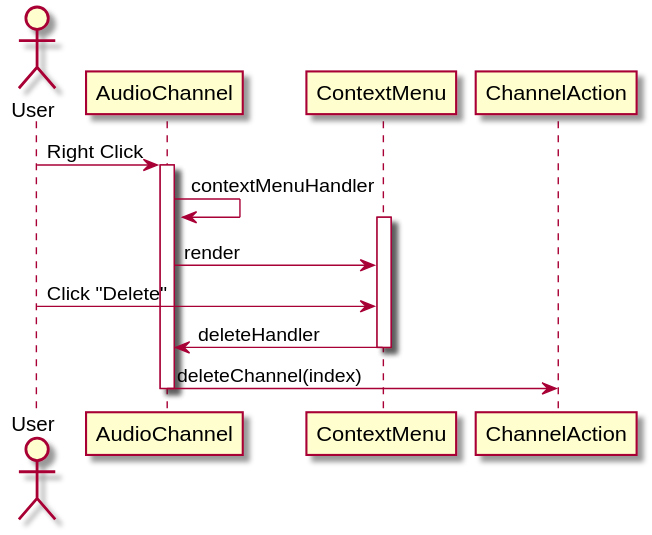
The PlantUML diagram out/sequence_diagram/delete_track/delete_track.svg in austudio-team/austudio-uml-graph, before a commit.
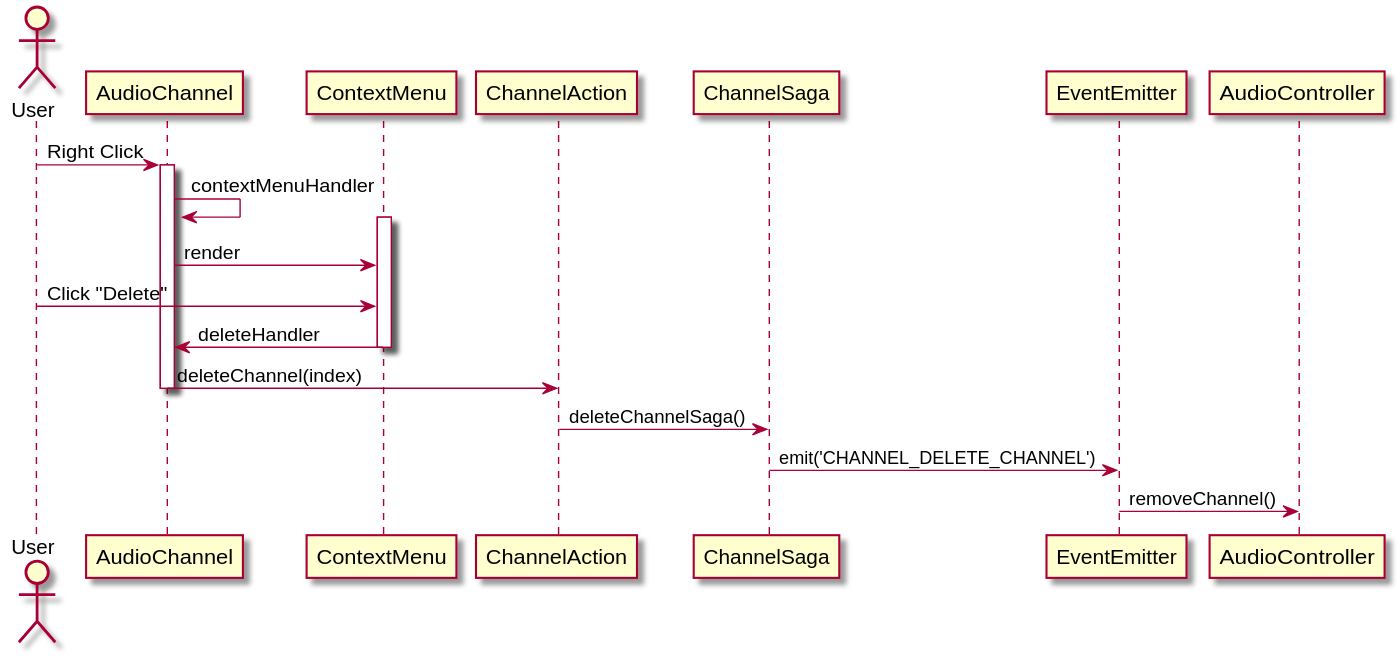
The same diagram one commit later.

Diff of the diagram source:
```diff
@@ -12,5 +12,8 @@
 deactivate ContextMenu
 AudioChannel -> ChannelAction: deleteChannel(index)
 deactivate AudioChannel
+ChannelAction -> ChannelSaga: deleteChannelSaga()
+ChannelSaga -> EventEmitter: emit('CHANNEL_DELETE_CHANNEL')
+EventEmitter -> AudioController: removeChannel()
 
 @enduml
```
